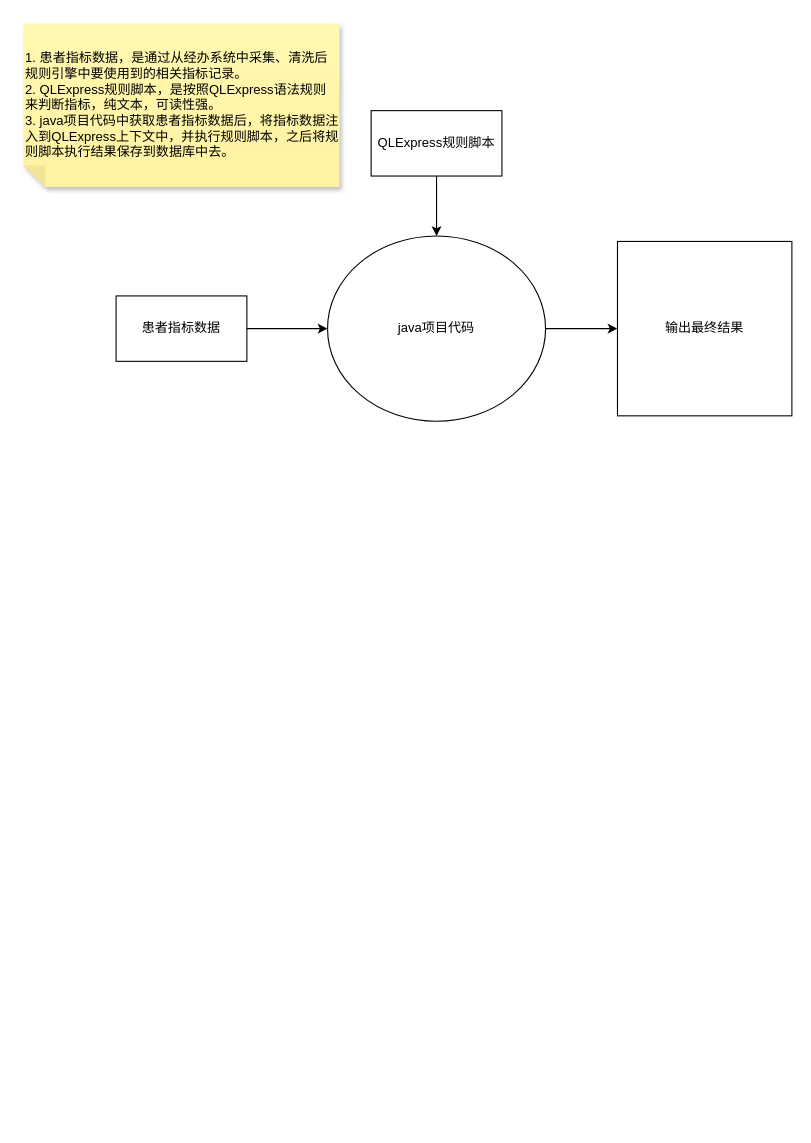
This is 未命名绘图.drawio from muniao/autossh, a draw.io file, before an edit. Source tidied: cells renumbered, new cells numbered last; positions are measured from the earlier drawing's top-left corner, leaving out a move shared by most shapes. Both pictures are drawn from the tidied source at 109%, with x=0, y=0 at pixel (23, 23).
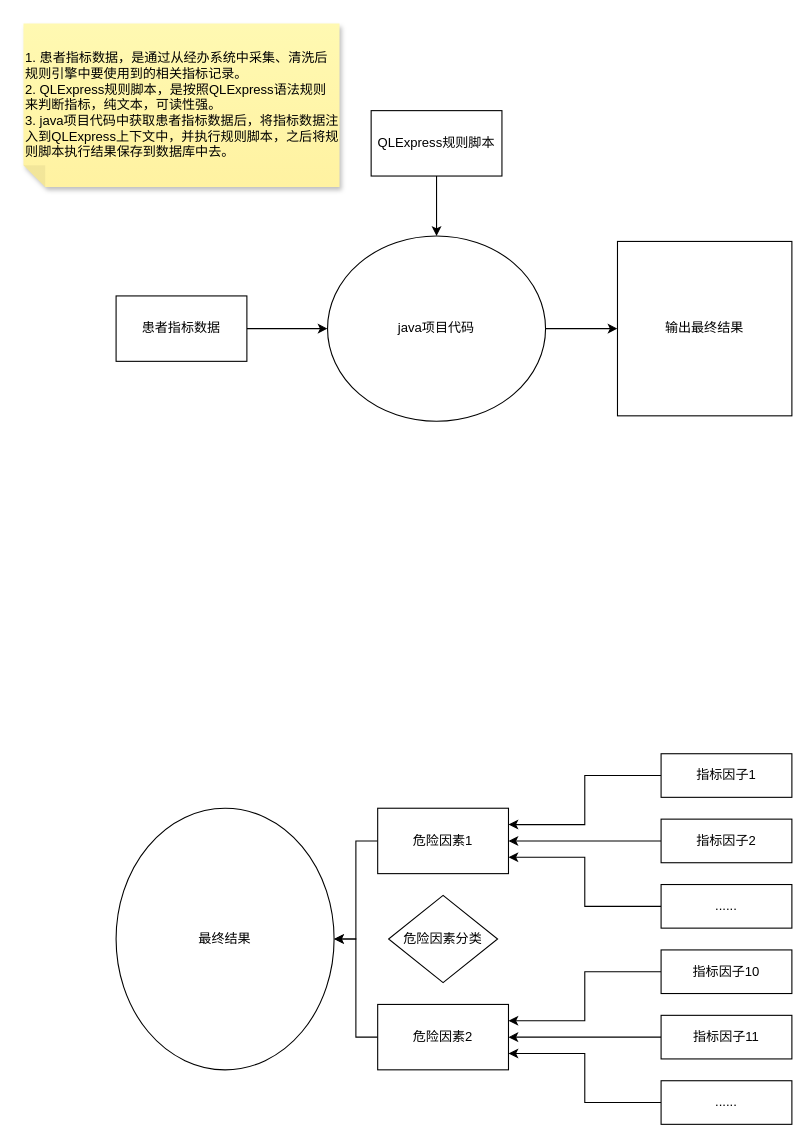
The same diagram, later.

Commit message:
更新未命名绘图.drawio

The edit, as a diff of the source:
```diff
@@
+    <mxCell id="10" style="edgeStyle=orthogonalEdgeStyle;rounded=0;jettySize=auto;html=1;exitX=0;exitY=0.5;exitDx=0;exitDy=0;entryX=1;entryY=0.5;entryDx=0;entryDy=0;" parent="1" edge="1" source="11" target="27">
+      <mxGeometry relative="1" as="geometry" />
+    </mxCell>
+    <mxCell id="11" value="危险因素1" style="whiteSpace=wrap;html=1;" parent="1" vertex="1">
+      <mxGeometry x="325" y="720" width="120" height="60" as="geometry" />
+    </mxCell>
+    <mxCell id="12" style="edgeStyle=orthogonalEdgeStyle;rounded=0;jettySize=auto;html=1;exitX=0;exitY=0.5;exitDx=0;exitDy=0;entryX=1;entryY=0.25;entryDx=0;entryDy=0;" parent="1" edge="1" source="13" target="11">
+      <mxGeometry relative="1" as="geometry" />
+    </mxCell>
+    <mxCell id="13" value="指标因子1" style="whiteSpace=wrap;html=1;" parent="1" vertex="1">
+      <mxGeometry x="585" y="670" width="120" height="40" as="geometry" />
+    </mxCell>
+    <mxCell id="14" style="edgeStyle=orthogonalEdgeStyle;rounded=0;jettySize=auto;html=1;exitX=0;exitY=0.5;exitDx=0;exitDy=0;entryX=1;entryY=0.5;entryDx=0;entryDy=0;" parent="1" edge="1" source="15" target="11">
+      <mxGeometry relative="1" as="geometry" />
+    </mxCell>
+    <mxCell id="15" value="指标因子2" style="whiteSpace=wrap;html=1;" parent="1" vertex="1">
+      <mxGeometry x="585" y="730" width="120" height="40" as="geometry" />
+    </mxCell>
+    <mxCell id="16" style="edgeStyle=orthogonalEdgeStyle;rounded=0;jettySize=auto;html=1;exitX=0;exitY=0.5;exitDx=0;exitDy=0;entryX=1;entryY=0.75;entryDx=0;entryDy=0;" parent="1" edge="1" source="17" target="11">
+      <mxGeometry relative="1" as="geometry" />
+    </mxCell>
+    <mxCell id="17" value="......" style="whiteSpace=wrap;html=1;" parent="1" vertex="1">
+      <mxGeometry x="585" y="790" width="120" height="40" as="geometry" />
+    </mxCell>
+    <mxCell id="18" value="危险因素分类" style="rhombus;whiteSpace=wrap;html=1;" parent="1" vertex="1">
+      <mxGeometry x="335" y="800" width="100" height="80" as="geometry" />
+    </mxCell>
+    <mxCell id="19" style="edgeStyle=orthogonalEdgeStyle;rounded=0;jettySize=auto;html=1;exitX=0;exitY=0.5;exitDx=0;exitDy=0;" parent="1" edge="1" source="20" target="27">
+      <mxGeometry relative="1" as="geometry" />
+    </mxCell>
+    <mxCell id="20" value="危险因素2" style="whiteSpace=wrap;html=1;" parent="1" vertex="1">
+      <mxGeometry x="325" y="900" width="120" height="60" as="geometry" />
+    </mxCell>
+    <mxCell id="21" style="edgeStyle=orthogonalEdgeStyle;rounded=0;jettySize=auto;html=1;exitX=0;exitY=0.5;exitDx=0;exitDy=0;entryX=1;entryY=0.25;entryDx=0;entryDy=0;" parent="1" edge="1" source="22" target="20">
+      <mxGeometry relative="1" as="geometry" />
+    </mxCell>
+    <mxCell id="22" value="指标因子10" style="whiteSpace=wrap;html=1;" parent="1" vertex="1">
+      <mxGeometry x="585" y="850" width="120" height="40" as="geometry" />
+    </mxCell>
+    <mxCell id="23" style="edgeStyle=orthogonalEdgeStyle;rounded=0;jettySize=auto;html=1;entryX=1;entryY=0.5;entryDx=0;entryDy=0;" parent="1" edge="1" source="24" target="20">
+      <mxGeometry relative="1" as="geometry" />
+    </mxCell>
+    <mxCell id="24" value="指标因子11" style="whiteSpace=wrap;html=1;" parent="1" vertex="1">
+      <mxGeometry x="585" y="910" width="120" height="40" as="geometry" />
+    </mxCell>
+    <mxCell id="25" style="edgeStyle=orthogonalEdgeStyle;rounded=0;jettySize=auto;html=1;entryX=1;entryY=0.75;entryDx=0;entryDy=0;" parent="1" edge="1" source="26" target="20">
+      <mxGeometry relative="1" as="geometry" />
+    </mxCell>
+    <mxCell id="26" value="......" style="whiteSpace=wrap;html=1;" parent="1" vertex="1">
+      <mxGeometry x="585" y="970" width="120" height="40" as="geometry" />
+    </mxCell>
+    <mxCell id="27" value="最终结果" style="ellipse;whiteSpace=wrap;html=1;" parent="1" vertex="1">
+      <mxGeometry x="85" y="720" width="200" height="240" as="geometry" />
+    </mxCell>
```
